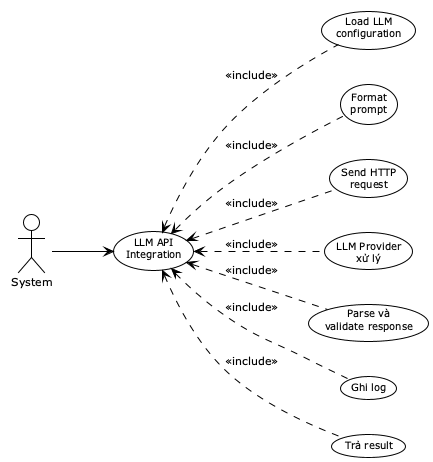
Earlier version of the PlantUML export reports/dat-examples/report/images/uc06_4_llm_integration.png (toantran292/datn).
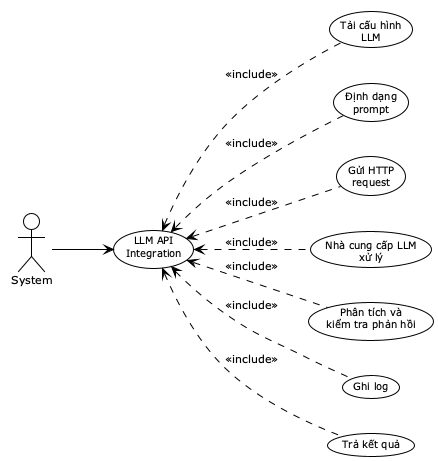
After the commit.

What changed in the source:
```diff
@@ -8,13 +8,13 @@
 actor "System" as SYS
 
 usecase "LLM API\nIntegration" as UC_LLM
-usecase "Load LLM\nconfiguration" as UC_LoadConfig
-usecase "Format\nprompt" as UC_FormatPrompt
-usecase "Send HTTP\nrequest" as UC_SendHTTP
-usecase "LLM Provider\nxử lý" as UC_Process
-usecase "Parse và\nvalidate response" as UC_Parse
+usecase "Tải cấu hình\nLLM" as UC_LoadConfig
+usecase "Định dạng\nprompt" as UC_FormatPrompt
+usecase "Gửi HTTP\nrequest" as UC_SendHTTP
+usecase "Nhà cung cấp LLM\nxử lý" as UC_Process
+usecase "Phân tích và\nkiểm tra phản hồi" as UC_Parse
 usecase "Ghi log" as UC_Log
-usecase "Trả result" as UC_Return
+usecase "Trả kết quả" as UC_Return
 
 SYS --> UC_LLM
 
```
